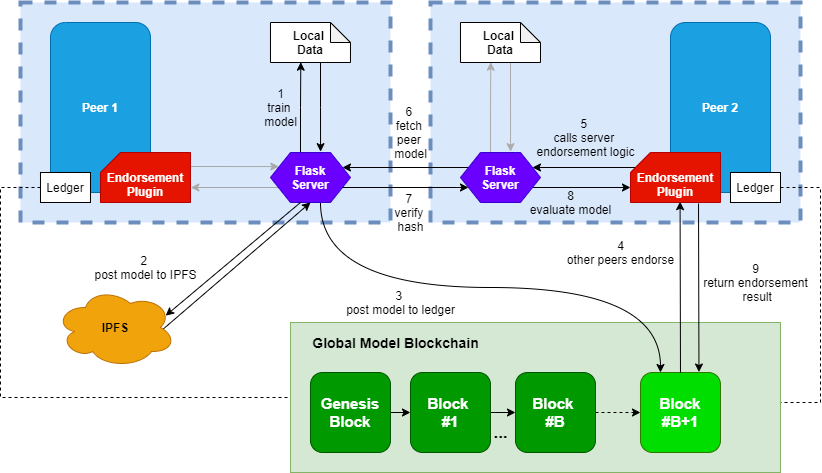
This is report/transaction-flow.png from blockchain-systems/ScaleSFL, a draw.io export, as it was before one commit. Source tidied: cells renumbered, new cells last; positions are measured from the earlier drawing's top-left corner, leaving out a move shared by most shapes.
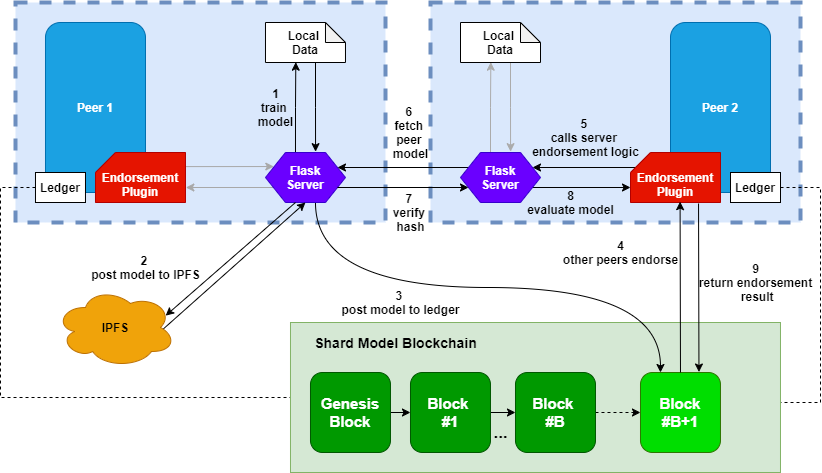
After the commit.

What changed in the source:
```diff
@@ -3,20 +3,20 @@
     <mxCell id="0" />
     <mxCell id="1" parent="0" />
     <mxCell id="2" style="rounded=0;whiteSpace=wrap;html=1;dashed=1;strokeWidth=4;fillColor=#dae8fc;strokeColor=#6c8ebf;" parent="1" vertex="1">
-      <mxGeometry x="20" width="370" height="220" as="geometry" />
+      <mxGeometry x="15" width="370" height="220" as="geometry" />
     </mxCell>
     <mxCell id="3" value="&lt;b&gt;Peer 1&lt;/b&gt;" style="rounded=1;whiteSpace=wrap;html=1;fillColor=#1ba1e2;strokeColor=#006EAF;fontColor=#ffffff;" parent="1" vertex="1">
-      <mxGeometry x="50" y="20" width="100" height="170" as="geometry" />
+      <mxGeometry x="45" y="20" width="100" height="170" as="geometry" />
     </mxCell>
     <mxCell id="4" style="edgeStyle=orthogonalEdgeStyle;rounded=0;jettySize=auto;html=1;exitX=1;exitY=0.5;exitDx=0;exitDy=0;exitPerimeter=0;entryX=0.104;entryY=0.281;entryDx=0;entryDy=0;entryPerimeter=0;strokeColor=#A8A8A8;" parent="1" edge="1" source="5" target="8">
       <mxGeometry relative="1" as="geometry">
         <Array as="points">
-          <mxPoint x="190" y="164" />
+          <mxPoint x="185" y="164" />
         </Array>
       </mxGeometry>
     </mxCell>
     <mxCell id="5" value="&lt;br&gt;Endorsement&lt;br&gt;Plugin" style="shape=card;whiteSpace=wrap;html=1;size=20;fillColor=#e51400;fontColor=#ffffff;strokeColor=#B20000;fontStyle=1;" parent="1" vertex="1">
-      <mxGeometry x="100" y="150" width="90" height="50" as="geometry" />
+      <mxGeometry x="95" y="150" width="90" height="50" as="geometry" />
     </mxCell>
     <mxCell id="6" style="edgeStyle=orthogonalEdgeStyle;rounded=0;jettySize=auto;html=1;exitX=0.375;exitY=0;exitDx=0;exitDy=0;entryX=0.379;entryY=0.992;entryDx=0;entryDy=0;entryPerimeter=0;" parent="1" edge="1" source="8" target="12">
       <mxGeometry relative="1" as="geometry" />
@@ -25,7 +25,7 @@
       <mxGeometry relative="1" as="geometry" />
     </mxCell>
     <mxCell id="8" value="Flask&lt;br&gt;Server" style="shape=hexagon;perimeter=hexagonPerimeter2;whiteSpace=wrap;html=1;fixedSize=1;fillColor=#6a00ff;fontColor=#ffffff;strokeColor=#3700CC;fontStyle=1;" parent="1" vertex="1">
-      <mxGeometry x="270" y="150" width="80" height="50" as="geometry" />
+      <mxGeometry x="265" y="150" width="80" height="50" as="geometry" />
     </mxCell>
     <mxCell id="9" style="edgeStyle=orthogonalEdgeStyle;rounded=0;jettySize=auto;html=1;exitX=0;exitY=0.5;exitDx=0;exitDy=0;entryX=0;entryY=0.5;entryDx=0;entryDy=0;dashed=1;endArrow=none;endFill=0;" parent="1" edge="1" source="10" target="25">
       <mxGeometry relative="1" as="geometry">
@@ -35,19 +35,19 @@
         </Array>
       </mxGeometry>
     </mxCell>
-    <mxCell id="10" value="Ledger" style="rounded=0;whiteSpace=wrap;html=1;" parent="1" vertex="1">
-      <mxGeometry x="40" y="170" width="50" height="30" as="geometry" />
+    <mxCell id="10" value="Ledger" style="rounded=0;whiteSpace=wrap;html=1;fontStyle=1;" parent="1" vertex="1">
+      <mxGeometry x="35" y="170" width="50" height="30" as="geometry" />
     </mxCell>
     <mxCell id="11" style="edgeStyle=orthogonalEdgeStyle;rounded=0;jettySize=auto;html=1;exitX=0.5;exitY=1;exitDx=0;exitDy=0;exitPerimeter=0;entryX=0.626;entryY=-0.017;entryDx=0;entryDy=0;entryPerimeter=0;" parent="1" edge="1" source="12" target="8">
       <mxGeometry relative="1" as="geometry">
         <Array as="points">
-          <mxPoint x="320" y="60" />
-          <mxPoint x="320" y="105" />
+          <mxPoint x="315" y="60" />
+          <mxPoint x="315" y="105" />
         </Array>
       </mxGeometry>
     </mxCell>
     <mxCell id="12" value="&lt;b&gt;Local &lt;br&gt;Data&lt;/b&gt;" style="shape=note;whiteSpace=wrap;html=1;backgroundOutline=1;darkOpacity=0.05;size=20;" parent="1" vertex="1">
-      <mxGeometry x="270" y="20" width="80" height="40" as="geometry" />
+      <mxGeometry x="265" y="20" width="80" height="40" as="geometry" />
     </mxCell>
     <mxCell id="13" style="rounded=0;whiteSpace=wrap;html=1;dashed=1;strokeWidth=4;fillColor=#dae8fc;strokeColor=#6c8ebf;" parent="1" vertex="1">
       <mxGeometry x="430" width="370" height="220" as="geometry" />
@@ -87,7 +87,7 @@
         </Array>
       </mxGeometry>
     </mxCell>
-    <mxCell id="22" value="Ledger" style="rounded=0;whiteSpace=wrap;html=1;" parent="1" vertex="1">
+    <mxCell id="22" value="Ledger" style="rounded=0;whiteSpace=wrap;html=1;fontStyle=1;" parent="1" vertex="1">
       <mxGeometry x="730" y="170" width="50" height="30" as="geometry" />
     </mxCell>
     <mxCell id="23" style="edgeStyle=orthogonalEdgeStyle;rounded=0;jettySize=auto;html=1;exitX=0.5;exitY=1;exitDx=0;exitDy=0;exitPerimeter=0;entryX=0.626;entryY=-0.017;entryDx=0;entryDy=0;entryPerimeter=0;strokeColor=#ABABAB;" parent="1" edge="1" source="24" target="20">
@@ -131,41 +131,41 @@
     <mxCell id="34" value="Block #B+1" style="rounded=1;whiteSpace=wrap;html=1;fontSize=15;fillColor=#00DE00;fontColor=#ffffff;strokeColor=#2D7600;fontStyle=1;" parent="1" vertex="1">
       <mxGeometry x="640" y="370" width="80" height="80" as="geometry" />
     </mxCell>
-    <mxCell id="35" value="Global Model Blockchain" style="text;html=1;align=center;verticalAlign=middle;strokeColor=none;fillColor=none;fontStyle=1;fontSize=14;" parent="1" vertex="1">
+    <mxCell id="35" value="Shard Model Blockchain" style="text;html=1;align=center;verticalAlign=middle;strokeColor=none;fillColor=none;fontStyle=1;fontSize=14;" parent="1" vertex="1">
       <mxGeometry x="305" y="330" width="180" height="20" as="geometry" />
     </mxCell>
-    <mxCell id="36" value="1&lt;br&gt;train &lt;br&gt;model" style="text;html=1;align=center;verticalAlign=middle;strokeColor=none;fillColor=none;" parent="1" vertex="1">
-      <mxGeometry x="255" y="80" width="50" height="50" as="geometry" />
+    <mxCell id="36" value="1&lt;br&gt;train &lt;br&gt;model" style="text;html=1;align=center;verticalAlign=middle;strokeColor=none;fillColor=none;fontStyle=1;" parent="1" vertex="1">
+      <mxGeometry x="250" y="80" width="50" height="50" as="geometry" />
     </mxCell>
     <mxCell id="37" style="rounded=0;jettySize=auto;html=1;exitX=0.375;exitY=1;exitDx=0;exitDy=0;entryX=0.918;entryY=0.352;entryDx=0;entryDy=0;endArrow=classic;endFill=1;entryPerimeter=0;" parent="1" edge="1" source="8" target="48">
       <mxGeometry relative="1" as="geometry" />
     </mxCell>
-    <mxCell id="38" value="3&amp;nbsp;&lt;br&gt;post model to ledger" style="text;html=1;align=center;verticalAlign=middle;strokeColor=none;fillColor=none;" parent="1" vertex="1">
-      <mxGeometry x="340" y="285" width="120" height="30" as="geometry" />
+    <mxCell id="38" value="3&amp;nbsp;&lt;br&gt;post model to ledger" style="text;html=1;align=center;verticalAlign=middle;strokeColor=none;fillColor=none;fontStyle=1;" parent="1" vertex="1">
+      <mxGeometry x="335" y="285" width="130" height="30" as="geometry" />
     </mxCell>
     <mxCell id="39" style="edgeStyle=none;rounded=0;jettySize=auto;html=1;exitX=0.551;exitY=0.983;exitDx=0;exitDy=0;exitPerimeter=0;entryX=0.5;entryY=0;entryDx=0;entryDy=0;endArrow=none;endFill=0;startArrow=classic;startFill=1;" parent="1" edge="1" source="16" target="34">
       <mxGeometry relative="1" as="geometry" />
     </mxCell>
-    <mxCell id="40" value="4&lt;br&gt;other peers endorse" style="text;html=1;align=center;verticalAlign=middle;strokeColor=none;fillColor=none;" parent="1" vertex="1">
-      <mxGeometry x="560" y="235" width="120" height="30" as="geometry" />
+    <mxCell id="40" value="4&lt;br&gt;other peers endorse" style="text;html=1;align=center;verticalAlign=middle;strokeColor=none;fillColor=none;fontStyle=1;" parent="1" vertex="1">
+      <mxGeometry x="555" y="235" width="130" height="30" as="geometry" />
     </mxCell>
-    <mxCell id="41" value="5&amp;nbsp;&lt;br&gt;calls server &lt;br&gt;endorsement logic" style="text;html=1;align=center;verticalAlign=middle;strokeColor=none;fillColor=none;" parent="1" vertex="1">
-      <mxGeometry x="530" y="110" width="110" height="50" as="geometry" />
+    <mxCell id="41" value="5&amp;nbsp;&lt;br&gt;calls server &lt;br&gt;endorsement logic" style="text;html=1;align=center;verticalAlign=middle;strokeColor=none;fillColor=none;fontStyle=1;" parent="1" vertex="1">
+      <mxGeometry x="525" y="110" width="120" height="50" as="geometry" />
     </mxCell>
-    <mxCell id="42" value="6&amp;nbsp;&lt;br&gt;fetch &lt;br&gt;peer &lt;br&gt;model" style="text;html=1;align=center;verticalAlign=middle;strokeColor=none;fillColor=none;" parent="1" vertex="1">
+    <mxCell id="42" value="6&amp;nbsp;&lt;br&gt;fetch &lt;br&gt;peer &lt;br&gt;model" style="text;html=1;align=center;verticalAlign=middle;strokeColor=none;fillColor=none;fontStyle=1;" parent="1" vertex="1">
       <mxGeometry x="385" y="100" width="50" height="60" as="geometry" />
     </mxCell>
-    <mxCell id="43" value="7&amp;nbsp;&lt;br&gt;verify &lt;br&gt;hash" style="text;html=1;align=center;verticalAlign=middle;strokeColor=none;fillColor=none;" parent="1" vertex="1">
-      <mxGeometry x="390" y="185" width="40" height="50" as="geometry" />
+    <mxCell id="43" value="7&amp;nbsp;&lt;br&gt;verify &lt;br&gt;hash" style="text;html=1;align=center;verticalAlign=middle;strokeColor=none;fillColor=none;fontStyle=1;" parent="1" vertex="1">
+      <mxGeometry x="385" y="185" width="50" height="50" as="geometry" />
     </mxCell>
     <mxCell id="44" style="edgeStyle=none;rounded=0;jettySize=auto;html=1;exitX=1;exitY=0.75;exitDx=0;exitDy=0;entryX=0;entryY=0.75;entryDx=0;entryDy=0;endArrow=classic;endFill=1;" parent="1" edge="1" source="8" target="20">
       <mxGeometry relative="1" as="geometry" />
     </mxCell>
-    <mxCell id="45" value="8&lt;br&gt;evaluate model" style="text;html=1;align=center;verticalAlign=middle;strokeColor=none;fillColor=none;" parent="1" vertex="1">
+    <mxCell id="45" value="8&lt;br&gt;evaluate model" style="text;html=1;align=center;verticalAlign=middle;strokeColor=none;fillColor=none;fontStyle=1;" parent="1" vertex="1">
       <mxGeometry x="520" y="185" width="100" height="30" as="geometry" />
     </mxCell>
-    <mxCell id="46" value="9&lt;br&gt;return endorsement&lt;br&gt;&amp;nbsp;result" style="text;html=1;align=center;verticalAlign=middle;strokeColor=none;fillColor=none;" parent="1" vertex="1">
-      <mxGeometry x="695" y="255" width="120" height="50" as="geometry" />
+    <mxCell id="46" value="9&lt;br&gt;return endorsement&lt;br&gt;&amp;nbsp;result" style="text;html=1;align=center;verticalAlign=middle;strokeColor=none;fillColor=none;fontStyle=1;" parent="1" vertex="1">
+      <mxGeometry x="690" y="255" width="130" height="50" as="geometry" />
     </mxCell>
     <mxCell id="47" style="rounded=0;jettySize=auto;html=1;exitX=0.898;exitY=0.519;exitDx=0;exitDy=0;exitPerimeter=0;entryX=0.5;entryY=1;entryDx=0;entryDy=0;startArrow=none;startFill=0;endArrow=classic;endFill=1;" parent="1" edge="1" source="48" target="8">
       <mxGeometry relative="1" as="geometry" />
@@ -176,7 +176,7 @@
     <mxCell id="49" style="edgeStyle=orthogonalEdgeStyle;curved=1;rounded=0;jettySize=auto;html=1;exitX=0.625;exitY=1;exitDx=0;exitDy=0;entryX=0.25;entryY=0;entryDx=0;entryDy=0;startArrow=none;startFill=0;endArrow=classic;endFill=1;" parent="1" edge="1" source="8" target="34">
       <mxGeometry relative="1" as="geometry" />
     </mxCell>
-    <mxCell id="50" value="2&amp;nbsp;&lt;br&gt;post model to IPFS" style="text;html=1;align=center;verticalAlign=middle;strokeColor=none;fillColor=none;" parent="1" vertex="1">
+    <mxCell id="50" value="2&amp;nbsp;&lt;br&gt;post model to IPFS" style="text;html=1;align=center;verticalAlign=middle;strokeColor=none;fillColor=none;fontStyle=1;" parent="1" vertex="1">
       <mxGeometry x="85" y="250" width="120" height="30" as="geometry" />
     </mxCell>
   </root>
```
